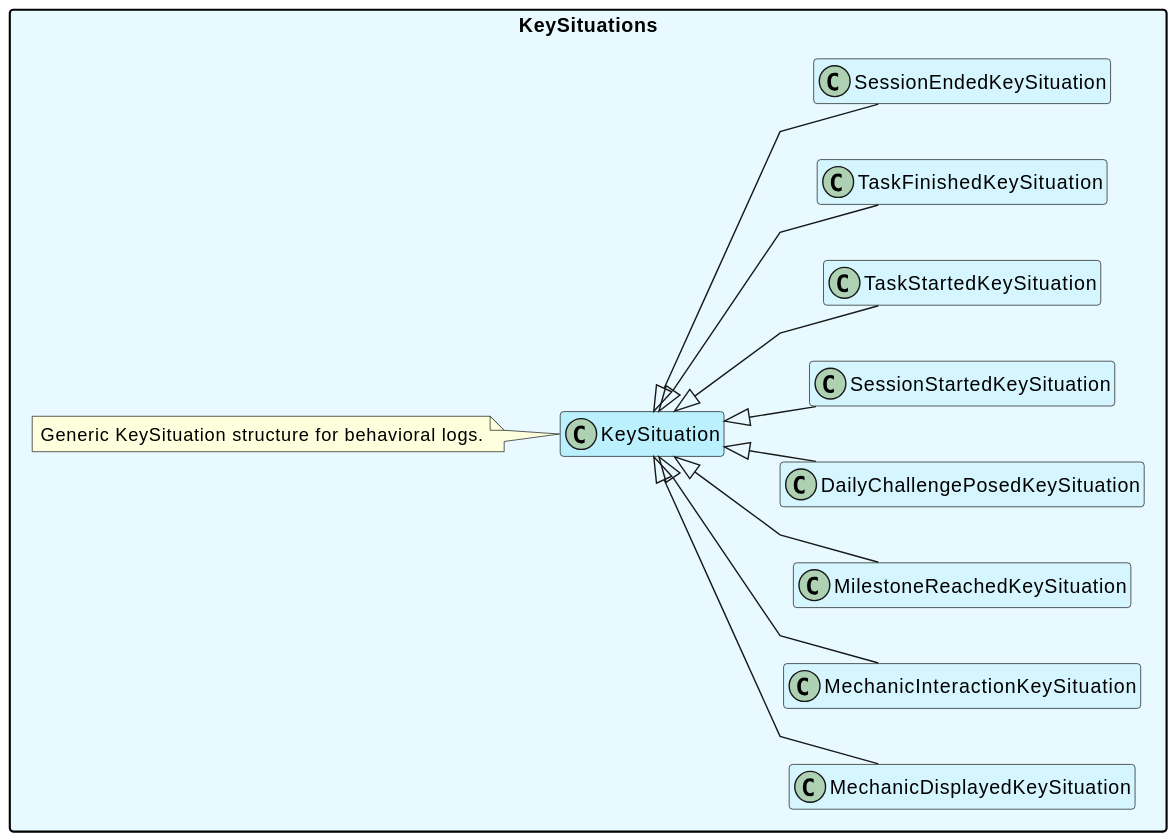
Earlier version of the PlantUML export out/UML/keysituations/keysituations.svg (Maks-stack/ontology).
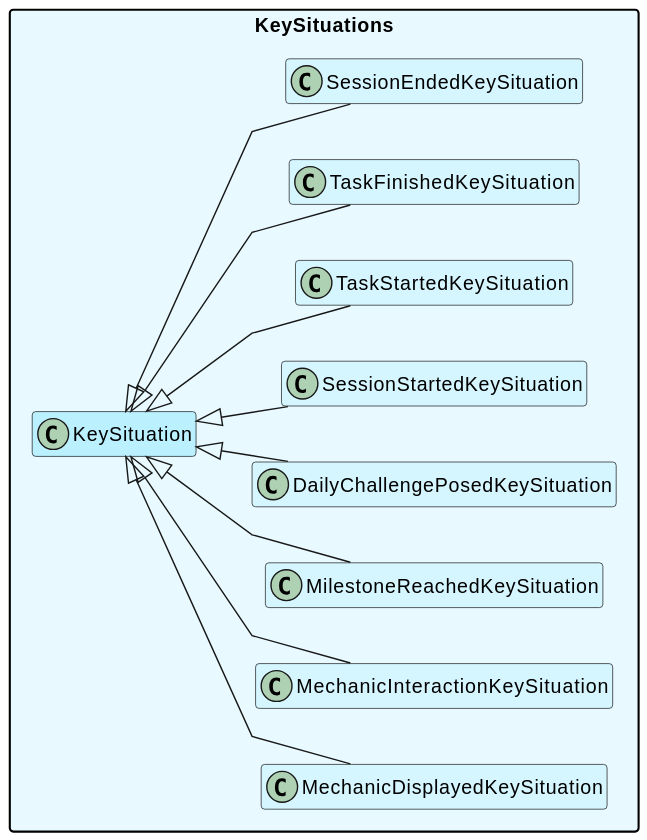
Above is the later version.

Diff of the diagram source:
```diff
@@ -7,18 +7,20 @@
 skinparam nodesep 40
 skinparam ranksep 40
 skinparam packageStyle rectangle
-package KeySituations #e8faff {
-  class KeySituation #bbf0ff
-  class MechanicDisplayedKeySituation #d5f6ff extends KeySituation
-  class MechanicInteractionKeySituation #d5f6ff extends KeySituation
-  class MilestoneReachedKeySituation #d5f6ff extends KeySituation
-  class DailyChallengePosedKeySituation #d5f6ff extends KeySituation
-  class SessionStartedKeySituation #d5f6ff extends KeySituation
-  class TaskStartedKeySituation #d5f6ff extends KeySituation
-  class TaskFinishedKeySituation #d5f6ff extends KeySituation
-  class SessionEndedKeySituation #d5f6ff extends KeySituation
-  note left of KeySituation
-  Generic KeySituation structure for behavioral logs.
-  end note
+
+!define keySituationsBack #e8faffff
+!define keySituationsFront #bbf0ffff
+!define keySituationsLight #d5f6ffff
+
+package KeySituations keySituationsBack {
+  class KeySituation keySituationsFront
+  class MechanicDisplayedKeySituation keySituationsLight extends KeySituation
+  class MechanicInteractionKeySituation keySituationsLight extends KeySituation
+  class MilestoneReachedKeySituation keySituationsLight extends KeySituation
+  class DailyChallengePosedKeySituation keySituationsLight extends KeySituation
+  class SessionStartedKeySituation keySituationsLight extends KeySituation
+  class TaskStartedKeySituation keySituationsLight extends KeySituation
+  class TaskFinishedKeySituation keySituationsLight extends KeySituation
+  class SessionEndedKeySituation keySituationsLight extends KeySituation
 }
 @enduml
```
